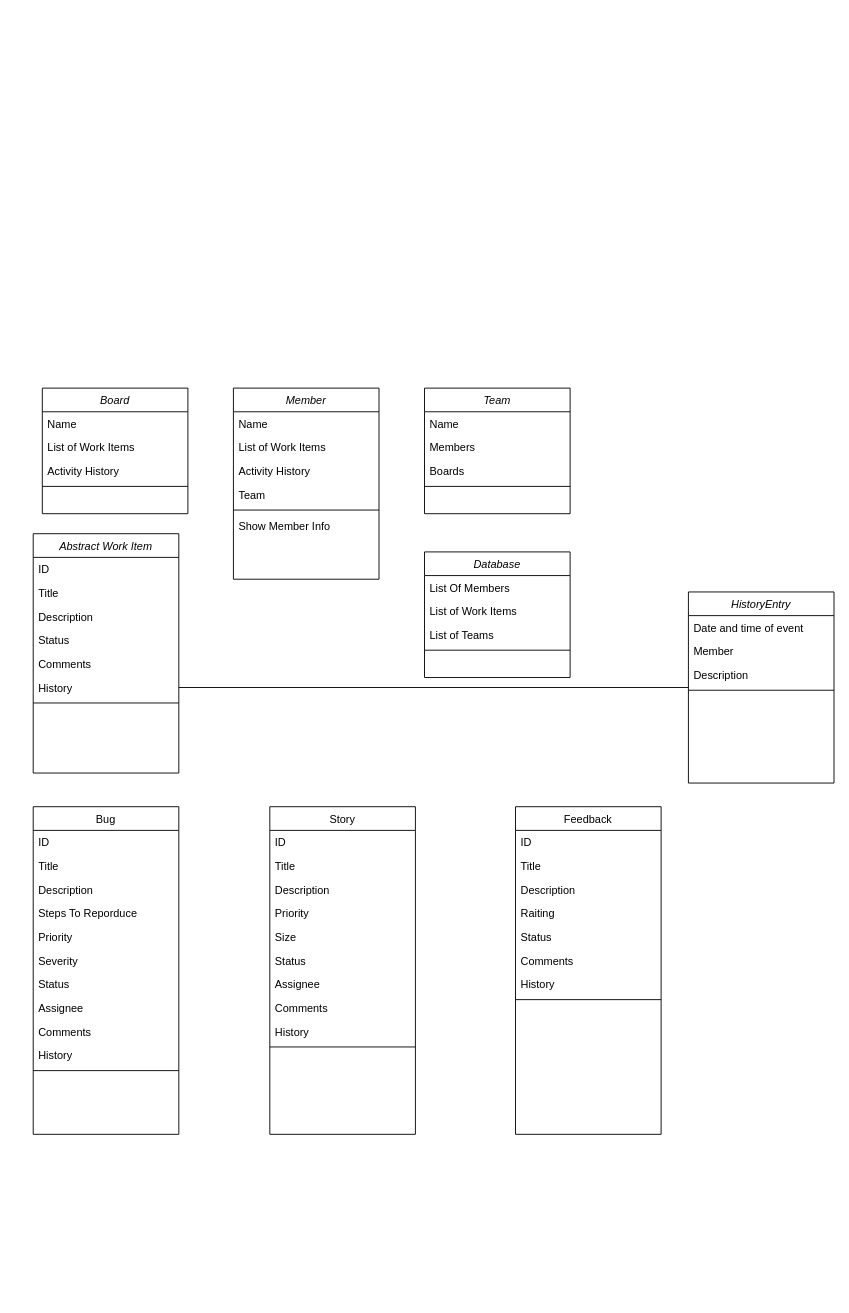
vixbg/WMI14 keeps this draw.io diagram as Calss Diagram/WMI14_models.drawio. Above is the earlier version. Source tidied: cells renumbered, new cells numbered last; positions are measured from the earlier drawing's top-left corner, leaving out a move shared by most shapes. Both pictures are drawn from the tidied source at 91%, with x=0, y=0 at pixel (33, 388).
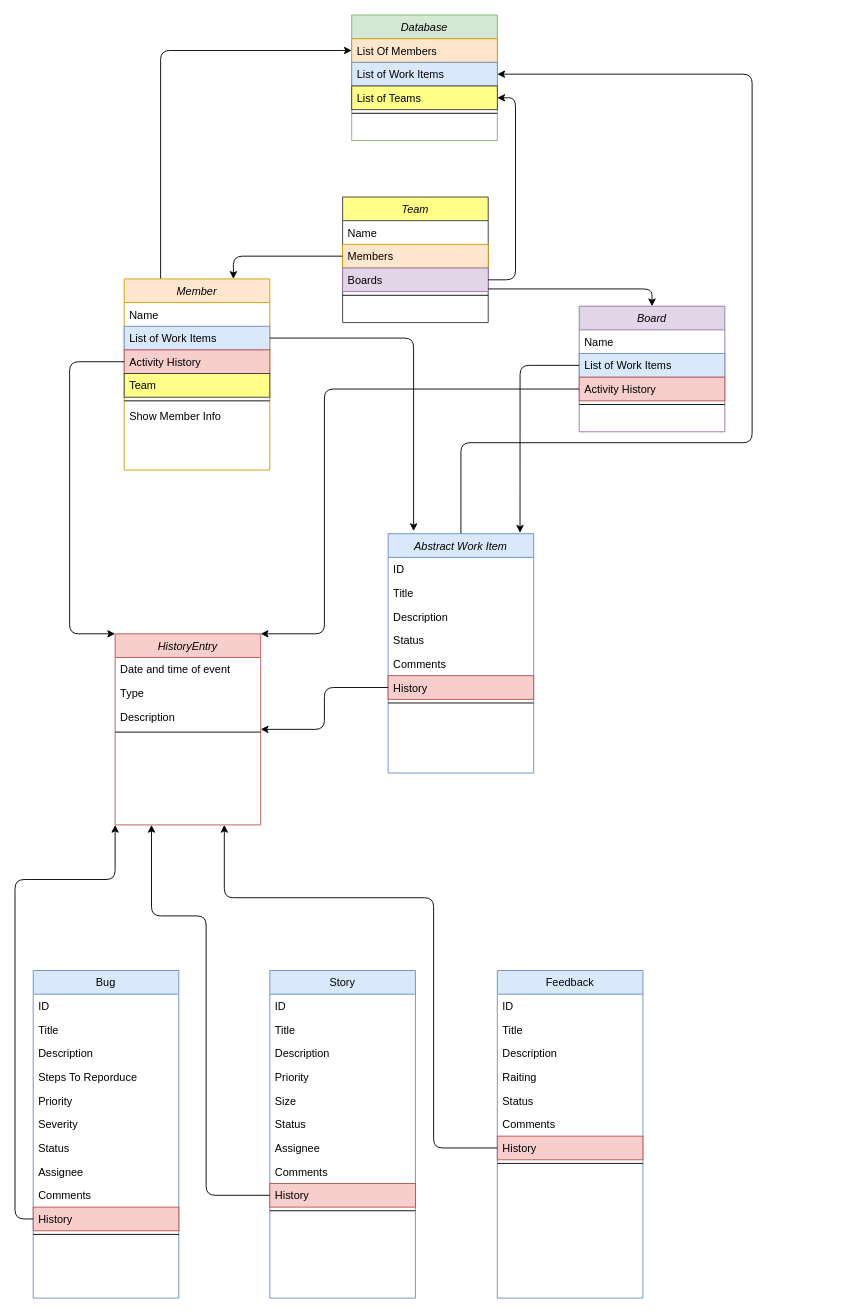
After the change.

Change to the diagram source:
```diff
@@
-    <mxCell id="2" value="Team" style="swimlane;fontStyle=2;align=center;verticalAlign=top;horizontal=1;startSize=26;rounded=0;shadow=0;strokeWidth=1;" parent="1" vertex="1">
-      <mxGeometry x="430" width="160" height="138" as="geometry" />
+    <mxCell id="2" value="Team" style="swimlane;fontStyle=2;align=center;verticalAlign=top;horizontal=1;startSize=26;rounded=0;shadow=0;strokeWidth=1;fillColor=#ffff88;strokeColor=#36393d;" parent="1" vertex="1">
+      <mxGeometry x="340" y="-210" width="160" height="138" as="geometry" />
     </mxCell>
@@
-    <mxCell id="4" value="Members" style="text;align=left;verticalAlign=top;spacingLeft=4;spacingRight=4;overflow=hidden;points=[[0,0.5],[1,0.5]];portConstraint=eastwest;rounded=0;shadow=0;html=0;" parent="2" vertex="1">
+    <mxCell id="4" value="Members" style="text;align=left;verticalAlign=top;spacingLeft=4;spacingRight=4;overflow=hidden;points=[[0,0.5],[1,0.5]];portConstraint=eastwest;rounded=0;shadow=0;html=0;fillColor=#ffe6cc;strokeColor=#d79b00;" parent="2" vertex="1">
       <mxGeometry y="52" width="160" height="26" as="geometry" />
     </mxCell>
-    <mxCell id="5" value="Boards" style="text;align=left;verticalAlign=top;spacingLeft=4;spacingRight=4;overflow=hidden;points=[[0,0.5],[1,0.5]];portConstraint=eastwest;rounded=0;shadow=0;html=0;" parent="2" vertex="1">
+    <mxCell id="5" value="Boards" style="text;align=left;verticalAlign=top;spacingLeft=4;spacingRight=4;overflow=hidden;points=[[0,0.5],[1,0.5]];portConstraint=eastwest;rounded=0;shadow=0;html=0;fillColor=#e1d5e7;strokeColor=#9673a6;" parent="2" vertex="1">
       <mxGeometry y="78" width="160" height="26" as="geometry" />
     </mxCell>
@@
-    <mxCell id="7" value="Bug" style="swimlane;fontStyle=0;align=center;verticalAlign=top;horizontal=1;startSize=26;rounded=0;shadow=0;strokeWidth=1;" parent="1" vertex="1">
-      <mxGeometry y="460" width="160" height="360" as="geometry" />
+    <mxCell id="7" value="Bug" style="swimlane;fontStyle=0;align=center;verticalAlign=top;horizontal=1;startSize=26;rounded=0;shadow=0;strokeWidth=1;fillColor=#dae8fc;strokeColor=#6c8ebf;" parent="1" vertex="1">
+      <mxGeometry y="640" width="160" height="360" as="geometry" />
     </mxCell>
@@
-    <mxCell id="17" value="History" style="text;align=left;verticalAlign=top;spacingLeft=4;spacingRight=4;overflow=hidden;points=[[0,0.5],[1,0.5]];portConstraint=eastwest;" parent="7" vertex="1">
+    <mxCell id="17" value="History" style="text;align=left;verticalAlign=top;spacingLeft=4;spacingRight=4;overflow=hidden;points=[[0,0.5],[1,0.5]];portConstraint=eastwest;fillColor=#f8cecc;strokeColor=#b85450;" parent="7" vertex="1">
       <mxGeometry y="260" width="160" height="26" as="geometry" />
     </mxCell>
@@
-    <mxCell id="19" value="Story" style="swimlane;fontStyle=0;align=center;verticalAlign=top;horizontal=1;startSize=26;rounded=0;shadow=0;strokeWidth=1;" parent="1" vertex="1">
-      <mxGeometry x="260" y="460" width="160" height="360" as="geometry" />
+    <mxCell id="19" value="Story" style="swimlane;fontStyle=0;align=center;verticalAlign=top;horizontal=1;startSize=26;rounded=0;shadow=0;strokeWidth=1;fillColor=#dae8fc;strokeColor=#6c8ebf;" parent="1" vertex="1">
+      <mxGeometry x="260" y="640" width="160" height="360" as="geometry" />
     </mxCell>
@@
-    <mxCell id="28" value="History" style="text;align=left;verticalAlign=top;spacingLeft=4;spacingRight=4;overflow=hidden;points=[[0,0.5],[1,0.5]];portConstraint=eastwest;" parent="19" vertex="1">
+    <mxCell id="28" value="History" style="text;align=left;verticalAlign=top;spacingLeft=4;spacingRight=4;overflow=hidden;points=[[0,0.5],[1,0.5]];portConstraint=eastwest;fillColor=#f8cecc;strokeColor=#b85450;" parent="19" vertex="1">
       <mxGeometry y="234" width="160" height="26" as="geometry" />
     </mxCell>
@@
-    <mxCell id="30" value="Feedback" style="swimlane;fontStyle=0;align=center;verticalAlign=top;horizontal=1;startSize=26;rounded=0;shadow=0;strokeWidth=1;" parent="1" vertex="1">
-      <mxGeometry x="530" y="460" width="160" height="360" as="geometry" />
+    <mxCell id="30" value="Feedback" style="swimlane;fontStyle=0;align=center;verticalAlign=top;horizontal=1;startSize=26;rounded=0;shadow=0;strokeWidth=1;fillColor=#dae8fc;strokeColor=#6c8ebf;" parent="1" vertex="1">
+      <mxGeometry x="510" y="640" width="160" height="360" as="geometry" />
     </mxCell>
@@
-    <mxCell id="37" value="History" style="text;align=left;verticalAlign=top;spacingLeft=4;spacingRight=4;overflow=hidden;points=[[0,0.5],[1,0.5]];portConstraint=eastwest;" parent="30" vertex="1">
+    <mxCell id="37" value="History" style="text;align=left;verticalAlign=top;spacingLeft=4;spacingRight=4;overflow=hidden;points=[[0,0.5],[1,0.5]];portConstraint=eastwest;fillColor=#f8cecc;strokeColor=#b85450;" parent="30" vertex="1">
       <mxGeometry y="182" width="160" height="26" as="geometry" />
     </mxCell>
@@
+    <mxCell id="70" style="rounded=1;jettySize=auto;html=1;exitX=0.75;exitY=0;exitDx=0;exitDy=0;entryX=0;entryY=0.5;entryDx=0;entryDy=0;startArrow=classic;startFill=1;endArrow=none;endFill=0;edgeStyle=orthogonalEdgeStyle;elbow=vertical;" parent="1" edge="1" source="39" target="4">
+      <mxGeometry relative="1" as="geometry" />
+    </mxCell>
+    <mxCell id="71" style="edgeStyle=orthogonalEdgeStyle;rounded=1;jettySize=auto;html=1;entryX=0;entryY=0.5;entryDx=0;entryDy=0;startArrow=none;startFill=0;endArrow=classic;endFill=1;exitX=0.25;exitY=0;exitDx=0;exitDy=0;" parent="1" edge="1" source="39" target="60">
+      <mxGeometry relative="1" as="geometry" />
+    </mxCell>
-    <mxCell id="39" value="Member" style="swimlane;fontStyle=2;align=center;verticalAlign=top;horizontal=1;startSize=26;rounded=0;shadow=0;strokeWidth=1;" parent="1" vertex="1">
-      <mxGeometry x="220" width="160" height="210" as="geometry" />
+    <mxCell id="39" value="Member" style="swimlane;fontStyle=2;align=center;verticalAlign=top;horizontal=1;startSize=26;rounded=0;shadow=0;strokeWidth=1;fillColor=#ffe6cc;strokeColor=#d79b00;" parent="1" vertex="1">
+      <mxGeometry x="100" y="-120" width="160" height="210" as="geometry" />
     </mxCell>
@@
-    <mxCell id="41" value="List of Work Items" style="text;align=left;verticalAlign=top;spacingLeft=4;spacingRight=4;overflow=hidden;points=[[0,0.5],[1,0.5]];portConstraint=eastwest;rounded=0;shadow=0;html=0;" parent="39" vertex="1">
+    <mxCell id="41" value="List of Work Items" style="text;align=left;verticalAlign=top;spacingLeft=4;spacingRight=4;overflow=hidden;points=[[0,0.5],[1,0.5]];portConstraint=eastwest;rounded=0;shadow=0;html=0;fillColor=#dae8fc;strokeColor=#6c8ebf;" parent="39" vertex="1">
       <mxGeometry y="52" width="160" height="26" as="geometry" />
     </mxCell>
-    <mxCell id="42" value="Activity History" style="text;align=left;verticalAlign=top;spacingLeft=4;spacingRight=4;overflow=hidden;points=[[0,0.5],[1,0.5]];portConstraint=eastwest;rounded=0;shadow=0;html=0;" parent="39" vertex="1">
+    <mxCell id="42" value="Activity History" style="text;align=left;verticalAlign=top;spacingLeft=4;spacingRight=4;overflow=hidden;points=[[0,0.5],[1,0.5]];portConstraint=eastwest;rounded=0;shadow=0;html=0;fillColor=#f8cecc;strokeColor=#b85450;" parent="39" vertex="1">
       <mxGeometry y="78" width="160" height="26" as="geometry" />
     </mxCell>
-    <mxCell id="43" value="Team" style="text;align=left;verticalAlign=top;spacingLeft=4;spacingRight=4;overflow=hidden;rounded=0;shadow=0;html=0;" parent="39" vertex="1">
+    <mxCell id="43" value="Team" style="text;align=left;verticalAlign=top;spacingLeft=4;spacingRight=4;overflow=hidden;rounded=0;shadow=0;html=0;fillColor=#ffff88;strokeColor=#36393d;" parent="39" vertex="1">
       <mxGeometry y="104" width="160" height="26" as="geometry" />
     </mxCell>
@@
-    <mxCell id="46" value="Board" style="swimlane;fontStyle=2;align=center;verticalAlign=top;horizontal=1;startSize=26;rounded=0;shadow=0;strokeWidth=1;" parent="1" vertex="1">
-      <mxGeometry x="10" width="160" height="138" as="geometry" />
+    <mxCell id="46" value="Board" style="swimlane;fontStyle=2;align=center;verticalAlign=top;horizontal=1;startSize=26;rounded=0;shadow=0;strokeWidth=1;fillColor=#e1d5e7;strokeColor=#9673a6;" parent="1" vertex="1">
+      <mxGeometry x="600" y="-90" width="160" height="138" as="geometry" />
     </mxCell>
@@
-    <mxCell id="48" value="List of Work Items" style="text;align=left;verticalAlign=top;spacingLeft=4;spacingRight=4;overflow=hidden;points=[[0,0.5],[1,0.5]];portConstraint=eastwest;rounded=0;shadow=0;html=0;" parent="46" vertex="1">
+    <mxCell id="48" value="List of Work Items" style="text;align=left;verticalAlign=top;spacingLeft=4;spacingRight=4;overflow=hidden;points=[[0,0.5],[1,0.5]];portConstraint=eastwest;rounded=0;shadow=0;html=0;fillColor=#dae8fc;strokeColor=#6c8ebf;" parent="46" vertex="1">
       <mxGeometry y="52" width="160" height="26" as="geometry" />
     </mxCell>
-    <mxCell id="49" value="Activity History" style="text;align=left;verticalAlign=top;spacingLeft=4;spacingRight=4;overflow=hidden;points=[[0,0.5],[1,0.5]];portConstraint=eastwest;rounded=0;shadow=0;html=0;" parent="46" vertex="1">
+    <mxCell id="49" value="Activity History" style="text;align=left;verticalAlign=top;spacingLeft=4;spacingRight=4;overflow=hidden;points=[[0,0.5],[1,0.5]];portConstraint=eastwest;rounded=0;shadow=0;html=0;fillColor=#f8cecc;strokeColor=#b85450;" parent="46" vertex="1">
       <mxGeometry y="78" width="160" height="26" as="geometry" />
     </mxCell>
@@
+    <mxCell id="72" style="edgeStyle=orthogonalEdgeStyle;rounded=1;jettySize=auto;html=1;exitX=0.5;exitY=0;exitDx=0;exitDy=0;entryX=1;entryY=0.5;entryDx=0;entryDy=0;startArrow=none;startFill=0;endArrow=classic;endFill=1;" parent="1" edge="1" source="51" target="61">
+      <mxGeometry relative="1" as="geometry">
+        <Array as="points">
+          <mxPoint x="470" y="60" />
+          <mxPoint x="790" y="60" />
+          <mxPoint x="790" y="-345" />
+        </Array>
+      </mxGeometry>
+    </mxCell>
-    <mxCell id="51" value="Abstract Work Item" style="swimlane;fontStyle=2;align=center;verticalAlign=top;horizontal=1;startSize=26;rounded=0;shadow=0;strokeWidth=1;" parent="1" vertex="1">
-      <mxGeometry y="160" width="160" height="263" as="geometry" />
+    <mxCell id="51" value="Abstract Work Item" style="swimlane;fontStyle=2;align=center;verticalAlign=top;horizontal=1;startSize=26;rounded=0;shadow=0;strokeWidth=1;fillColor=#dae8fc;strokeColor=#6c8ebf;" parent="1" vertex="1">
+      <mxGeometry x="390" y="160" width="160" height="263" as="geometry" />
     </mxCell>
@@
-    <mxCell id="57" value="History" style="text;align=left;verticalAlign=top;spacingLeft=4;spacingRight=4;overflow=hidden;points=[[0,0.5],[1,0.5]];portConstraint=eastwest;" parent="51" vertex="1">
+    <mxCell id="57" value="History" style="text;align=left;verticalAlign=top;spacingLeft=4;spacingRight=4;overflow=hidden;points=[[0,0.5],[1,0.5]];portConstraint=eastwest;fillColor=#f8cecc;strokeColor=#b85450;" parent="51" vertex="1">
       <mxGeometry y="156" width="160" height="26" as="geometry" />
     </mxCell>
@@
-    <mxCell id="59" value="Database" style="swimlane;fontStyle=2;align=center;verticalAlign=top;horizontal=1;startSize=26;rounded=0;shadow=0;strokeWidth=1;" parent="1" vertex="1">
-      <mxGeometry x="430" y="180" width="160" height="138" as="geometry" />
+    <mxCell id="59" value="Database" style="swimlane;fontStyle=2;align=center;verticalAlign=top;horizontal=1;startSize=26;rounded=0;shadow=0;strokeWidth=1;fillColor=#d5e8d4;strokeColor=#82b366;" parent="1" vertex="1">
+      <mxGeometry x="350" y="-410" width="160" height="138" as="geometry" />
     </mxCell>
-    <mxCell id="60" value="List Of Members" style="text;align=left;verticalAlign=top;spacingLeft=4;spacingRight=4;overflow=hidden;points=[[0,0.5],[1,0.5]];portConstraint=eastwest;" parent="59" vertex="1">
+    <mxCell id="60" value="List Of Members" style="text;align=left;verticalAlign=top;spacingLeft=4;spacingRight=4;overflow=hidden;points=[[0,0.5],[1,0.5]];portConstraint=eastwest;fillColor=#ffe6cc;strokeColor=#d79b00;" parent="59" vertex="1">
       <mxGeometry y="26" width="160" height="26" as="geometry" />
     </mxCell>
-    <mxCell id="61" value="List of Work Items" style="text;align=left;verticalAlign=top;spacingLeft=4;spacingRight=4;overflow=hidden;points=[[0,0.5],[1,0.5]];portConstraint=eastwest;rounded=0;shadow=0;html=0;" parent="59" vertex="1">
+    <mxCell id="61" value="List of Work Items" style="text;align=left;verticalAlign=top;spacingLeft=4;spacingRight=4;overflow=hidden;points=[[0,0.5],[1,0.5]];portConstraint=eastwest;rounded=0;shadow=0;html=0;fillColor=#dae8fc;strokeColor=#6c8ebf;" parent="59" vertex="1">
       <mxGeometry y="52" width="160" height="26" as="geometry" />
     </mxCell>
-    <mxCell id="62" value="List of Teams" style="text;align=left;verticalAlign=top;spacingLeft=4;spacingRight=4;overflow=hidden;points=[[0,0.5],[1,0.5]];portConstraint=eastwest;rounded=0;shadow=0;html=0;" parent="59" vertex="1">
+    <mxCell id="62" value="List of Teams" style="text;align=left;verticalAlign=top;spacingLeft=4;spacingRight=4;overflow=hidden;points=[[0,0.5],[1,0.5]];portConstraint=eastwest;rounded=0;shadow=0;html=0;fillColor=#ffff88;strokeColor=#36393d;" parent="59" vertex="1">
       <mxGeometry y="78" width="160" height="26" as="geometry" />
     </mxCell>
@@
-    <mxCell id="64" value="HistoryEntry" style="swimlane;fontStyle=2;align=center;verticalAlign=top;horizontal=1;startSize=26;rounded=0;shadow=0;strokeWidth=1;" parent="1" vertex="1">
-      <mxGeometry x="720" y="224" width="160" height="210" as="geometry" />
+    <mxCell id="64" value="HistoryEntry" style="swimlane;fontStyle=2;align=center;verticalAlign=top;horizontal=1;startSize=26;rounded=0;shadow=0;strokeWidth=1;fillColor=#f8cecc;strokeColor=#b85450;" parent="1" vertex="1">
+      <mxGeometry x="90" y="270" width="160" height="210" as="geometry" />
     </mxCell>
@@
-    <mxCell id="66" value="Member" style="text;align=left;verticalAlign=top;spacingLeft=4;spacingRight=4;overflow=hidden;rounded=0;shadow=0;html=0;" parent="64" vertex="1">
+    <mxCell id="66" value="Type" style="text;align=left;verticalAlign=top;spacingLeft=4;spacingRight=4;overflow=hidden;rounded=0;shadow=0;html=0;" parent="64" vertex="1">
       <mxGeometry y="52" width="160" height="26" as="geometry" />
     </mxCell>
@@
-    <mxCell id="69" style="endArrow=none;html=1;" parent="1" edge="1" source="57" target="64">
+    <mxCell id="69" style="endArrow=classic;html=1;endFill=1;edgeStyle=orthogonalEdgeStyle;" parent="1" edge="1" source="57" target="64">
       <mxGeometry relative="1" as="geometry" />
     </mxCell>
+    <mxCell id="73" style="endArrow=none;html=1;entryX=1;entryY=0.885;entryDx=0;entryDy=0;edgeStyle=orthogonalEdgeStyle;startArrow=classic;startFill=1;endFill=0;entryPerimeter=0;" parent="1" edge="1" source="46" target="5">
+      <mxGeometry relative="1" as="geometry" />
+    </mxCell>
+    <mxCell id="74" style="endArrow=none;html=1;entryX=0;entryY=0.5;entryDx=0;entryDy=0;edgeStyle=orthogonalEdgeStyle;startArrow=classic;startFill=1;endFill=0;exitX=0.906;exitY=-0.004;exitDx=0;exitDy=0;exitPerimeter=0;" parent="1" edge="1" source="51" target="48">
+      <mxGeometry relative="1" as="geometry">
+        <Array as="points">
+          <mxPoint x="535" y="-25" />
+        </Array>
+      </mxGeometry>
+    </mxCell>
+    <mxCell id="75" style="edgeStyle=orthogonalEdgeStyle;rounded=1;jettySize=auto;html=1;exitX=1;exitY=0.5;exitDx=0;exitDy=0;entryX=0.175;entryY=-0.011;entryDx=0;entryDy=0;entryPerimeter=0;startArrow=none;startFill=0;endArrow=classic;endFill=1;" parent="1" edge="1" source="41" target="51">
+      <mxGeometry relative="1" as="geometry" />
+    </mxCell>
+    <mxCell id="76" style="edgeStyle=orthogonalEdgeStyle;rounded=1;jettySize=auto;html=1;exitX=1;exitY=0.5;exitDx=0;exitDy=0;entryX=1;entryY=0.5;entryDx=0;entryDy=0;startArrow=none;startFill=0;endArrow=classic;endFill=1;" parent="1" edge="1" source="5" target="62">
+      <mxGeometry relative="1" as="geometry" />
+    </mxCell>
+    <mxCell id="77" style="edgeStyle=orthogonalEdgeStyle;rounded=1;jettySize=auto;html=1;exitX=0;exitY=0.5;exitDx=0;exitDy=0;entryX=0;entryY=0;entryDx=0;entryDy=0;startArrow=none;startFill=0;endArrow=classic;endFill=1;" parent="1" edge="1" source="42" target="64">
+      <mxGeometry relative="1" as="geometry">
+        <Array as="points">
+          <mxPoint x="40" y="-29" />
+          <mxPoint x="40" y="270" />
+        </Array>
+      </mxGeometry>
+    </mxCell>
+    <mxCell id="78" style="edgeStyle=orthogonalEdgeStyle;rounded=1;jettySize=auto;html=1;startArrow=none;startFill=0;endArrow=classic;endFill=1;elbow=vertical;entryX=1;entryY=0;entryDx=0;entryDy=0;exitX=0;exitY=0.5;exitDx=0;exitDy=0;" parent="1" edge="1" source="49" target="64">
+      <mxGeometry relative="1" as="geometry">
+        <Array as="points">
+          <mxPoint x="320" y="1" />
+          <mxPoint x="320" y="270" />
+        </Array>
+      </mxGeometry>
+    </mxCell>
+    <mxCell id="79" style="edgeStyle=orthogonalEdgeStyle;rounded=1;jettySize=auto;elbow=vertical;html=1;exitX=0;exitY=0.5;exitDx=0;exitDy=0;entryX=0;entryY=1;entryDx=0;entryDy=0;startArrow=none;startFill=0;endArrow=classic;endFill=1;" parent="1" edge="1" source="17" target="64">
+      <mxGeometry relative="1" as="geometry">
+        <Array as="points">
+          <mxPoint x="-20" y="913" />
+          <mxPoint x="-20" y="540" />
+          <mxPoint x="90" y="540" />
+        </Array>
+      </mxGeometry>
+    </mxCell>
+    <mxCell id="80" style="edgeStyle=orthogonalEdgeStyle;rounded=1;jettySize=auto;html=1;exitX=0;exitY=0.5;exitDx=0;exitDy=0;entryX=0.25;entryY=1;entryDx=0;entryDy=0;startArrow=none;startFill=0;endArrow=classic;endFill=1;" parent="1" edge="1" source="28" target="64">
+      <mxGeometry relative="1" as="geometry">
+        <Array as="points">
+          <mxPoint x="190" y="887" />
+          <mxPoint x="190" y="580" />
+          <mxPoint x="130" y="580" />
+        </Array>
+      </mxGeometry>
+    </mxCell>
+    <mxCell id="81" style="edgeStyle=orthogonalEdgeStyle;rounded=1;jettySize=auto;html=1;exitX=0;exitY=0.5;exitDx=0;exitDy=0;entryX=0.75;entryY=1;entryDx=0;entryDy=0;startArrow=none;startFill=0;endArrow=classic;endFill=1;" parent="1" edge="1" source="37" target="64">
+      <mxGeometry relative="1" as="geometry">
+        <Array as="points">
+          <mxPoint x="440" y="835" />
+          <mxPoint x="440" y="560" />
+          <mxPoint x="210" y="560" />
+        </Array>
+      </mxGeometry>
+    </mxCell>
```
